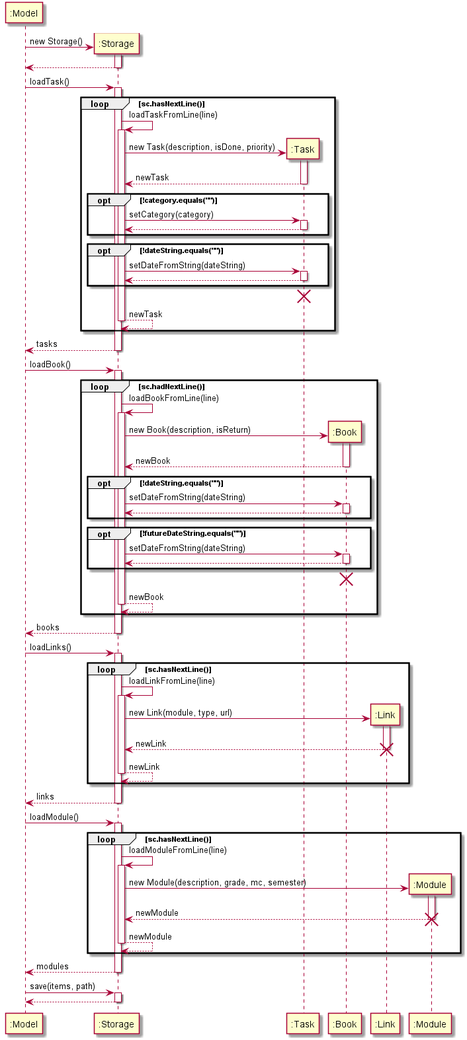
Above: docs/images/StorageSequenceDiagram.png in nus-cs2113-AY2021S1/tp (PlantUML), before the change.
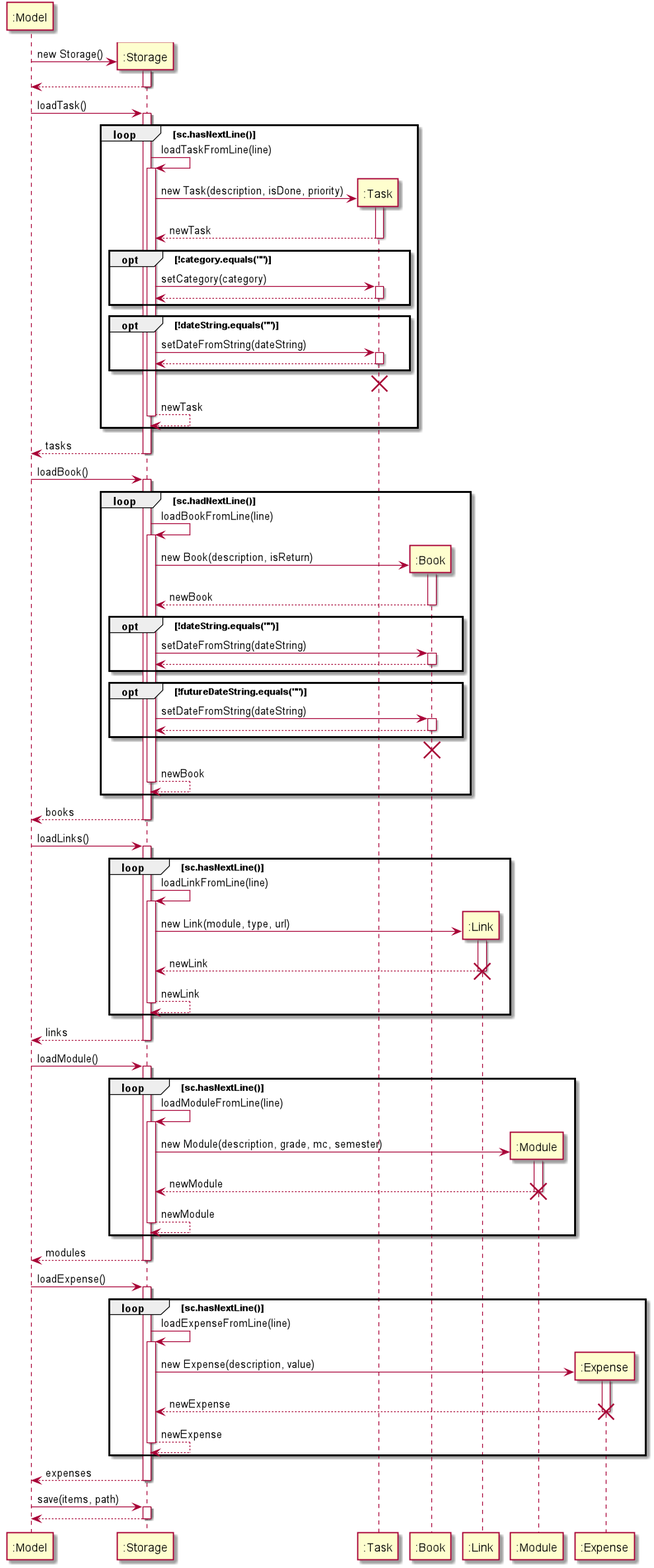
The same file after the commit.

What changed in the source:
```diff
@@ -5,6 +5,7 @@
 participant ":Book" as Book
 participant ":Link" as Link
 participant ":Module" as Module
+participant ":Expense" as Expense
 
 create Storage
 Model -> Storage : new Storage()
@@ -153,6 +154,31 @@
 Model <-- Storage : modules
 deactivate Storage
 
+Model -> Storage : loadExpense()
+activate Storage
+
+loop sc.hasNextLine()
+
+Storage -> Storage : loadExpenseFromLine(line)
+activate Storage
+
+create Expense
+Storage -> Expense : new Expense(description, value)
+activate Expense
+
+Storage <-- Expense : newExpense
+deactivate Expense
+
+destroy Expense
+
+Storage <-- Storage : newExpense
+deactivate Storage
+
+end
+
+Model <-- Storage : expenses
+deactivate Storage
+
 Model -> Storage : save(items, path)
 activate Storage
 
```
